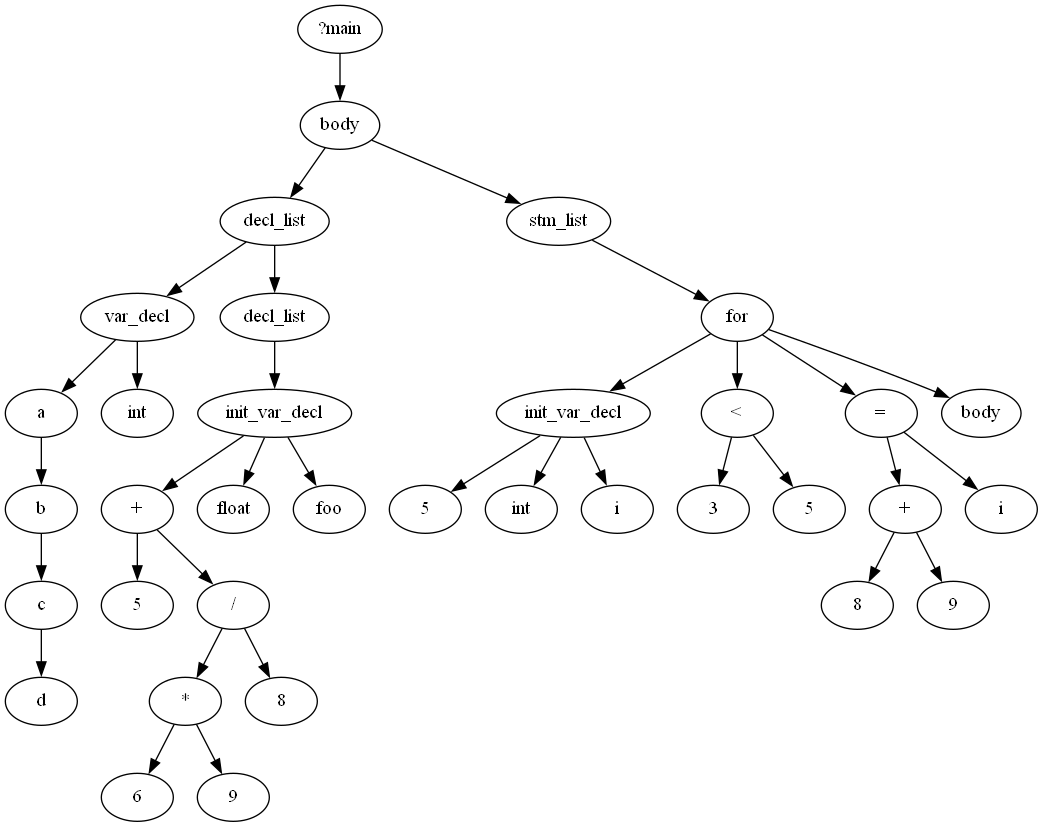
Before: printers/images/Digraph.gv.png, a diagram exported from Graphviz (KianBankeLarsen/Compiler). Its source is kept beside it as printers/images/Digraph.gv.
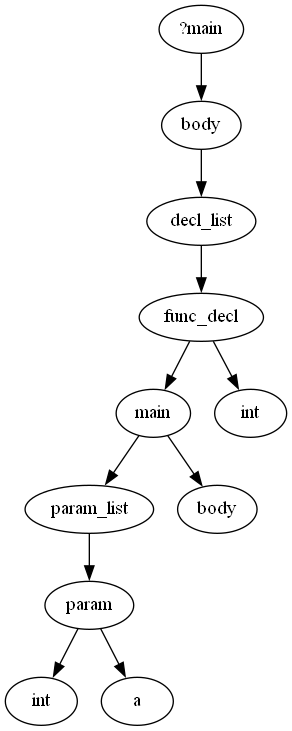
The same file after the commit.

Change to the diagram source:
```diff
@@ -1,71 +1,23 @@
 digraph {
 	0 [label="?main"]
 	1 [label=body]
-	2 [label=var_decl]
-	3 [label=a]
-	4 [label=b]
-	5 [label=c]
-	6 [label=d]
-	5 -> 6
+	2 [label=func_decl]
+	3 [label=main]
+	4 [label=param]
+	5 [label=int]
+	6 [label=a]
 	4 -> 5
-	3 -> 4
-	7 [label=int]
+	4 -> 6
+	7 [label=param_list]
+	7 -> 4
+	3 -> 7
+	8 [label=body]
+	3 -> 8
+	9 [label=int]
 	2 -> 3
-	2 -> 7
-	8 [label=decl_list]
-	9 [label=init_var_decl]
-	10 [label=5]
-	11 [label=6]
-	12 [label=9]
-	13 [label="*"]
-	13 -> 11
-	13 -> 12
-	14 [label=8]
-	15 [label="/"]
-	15 -> 13
-	15 -> 14
-	16 [label="+"]
-	16 -> 10
-	16 -> 15
-	17 [label=float]
-	18 [label=foo]
-	9 -> 17
-	9 -> 18
-	9 -> 16
-	19 [label=decl_list]
-	19 -> 9
-	8 -> 19
-	8 -> 2
-	1 -> 8
-	20 [label=stm_list]
-	21 [label=init_var_decl]
-	22 [label=5]
-	23 [label=int]
-	24 [label=i]
-	21 -> 23
-	21 -> 24
-	21 -> 22
-	25 [label=3]
-	26 [label=5]
-	27 [label="<"]
-	27 -> 25
-	27 -> 26
-	28 [label=8]
-	29 [label=9]
-	30 [label="+"]
-	30 -> 28
-	30 -> 29
-	31 [label="="]
-	32 [label=i]
-	31 -> 32
-	31 -> 30
-	33 [label=body]
-	34 [label=for]
-	34 -> 21
-	34 -> 27
-	34 -> 31
-	34 -> 33
-	20 -> 34
-	1 -> 20
+	2 -> 9
+	10 [label=decl_list]
+	10 -> 2
+	1 -> 10
 	0 -> 1
 }
```
